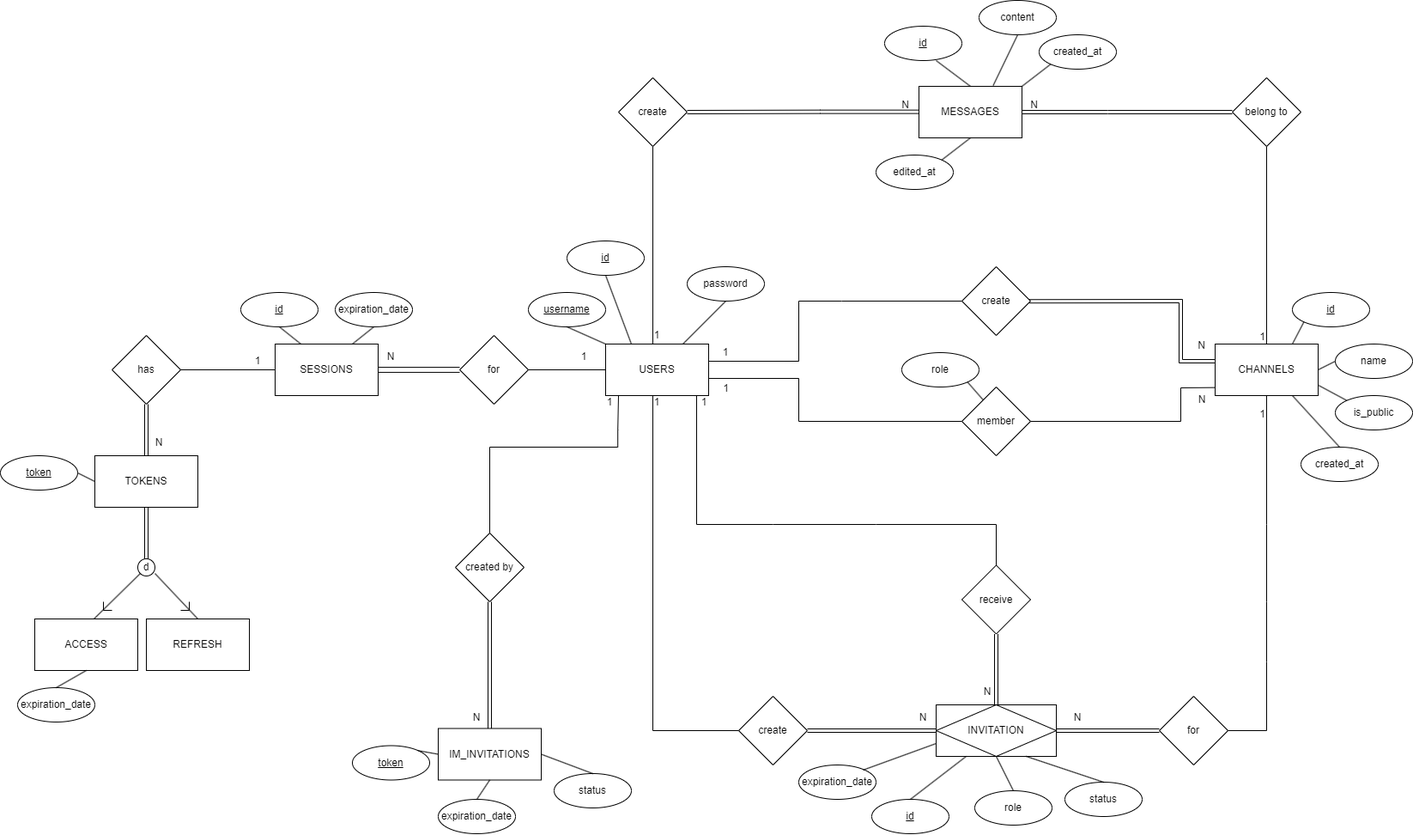
Earlier version of the draw.io export docs/model.drawio.png (antonio-paulino/Instant-Messaging). Source tidied: cells renumbered, new cells last; positions are measured from the earlier drawing's top-left corner, leaving out a move shared by most shapes.
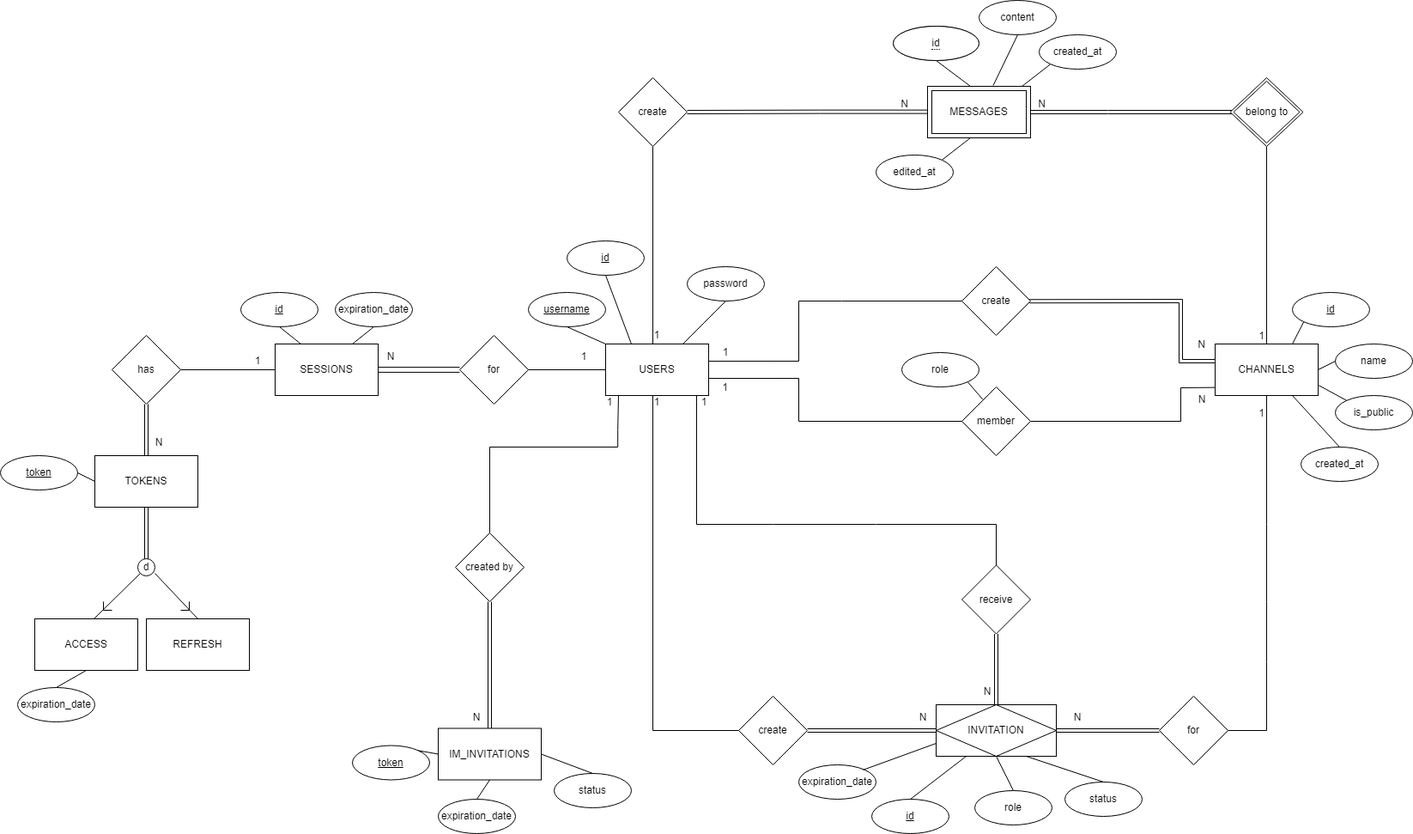
Above is the later version.

Commit message:
Update relational model schema.

Change to the diagram source:
```diff
@@ -145,9 +145,10 @@
     <mxCell id="40" value="1" style="html=1;whiteSpace=wrap;align=right;verticalAlign=bottom;direction=south;" parent="39" vertex="1">
       <mxGeometry x="1" relative="1" as="geometry" />
     </mxCell>
-    <mxCell id="41" style="shape=link;html=1;rounded=0;entryX=1;entryY=0.5;entryDx=0;entryDy=0;exitX=0;exitY=0.5;exitDx=0;exitDy=0;" parent="1" edge="1" target="60">
+    <mxCell id="41" style="shape=link;html=1;rounded=0;entryX=1;entryY=0.5;entryDx=0;entryDy=0;exitX=0;exitY=0.5;exitDx=0;exitDy=0;" parent="1" edge="1">
       <mxGeometry relative="1" as="geometry">
         <mxPoint x="1435" y="130" as="sourcePoint" />
+        <mxPoint x="1190" y="130" as="targetPoint" />
         <Array as="points">
           <mxPoint x="1290" y="130" />
         </Array>
@@ -155,7 +156,7 @@
     </mxCell>
     <mxCell id="42" value="N" style="html=1;whiteSpace=wrap;align=right;verticalAlign=bottom;" parent="41" vertex="1">
       <mxGeometry x="1" relative="1" as="geometry">
-        <mxPoint x="20" as="offset" />
+        <mxPoint x="30" as="offset" />
       </mxGeometry>
     </mxCell>
     <mxCell id="43" style="endArrow=none;html=1;rounded=0;entryX=0.5;entryY=1;entryDx=0;entryDy=0;exitX=0.5;exitY=0;exitDx=0;exitDy=0;" parent="1" edge="1" target="44">
@@ -213,9 +214,6 @@
         <mxPoint x="1190" y="100" as="targetPoint" />
       </mxGeometry>
     </mxCell>
-    <mxCell id="56" value="&lt;font style=&quot;font-size: 12px;&quot;&gt;belong to&lt;/font&gt;" style="rhombus;whiteSpace=wrap;html=1;fontSize=12;" parent="1" vertex="1">
-      <mxGeometry x="1435" y="90" width="80" height="80" as="geometry" />
-    </mxCell>
     <mxCell id="57" style="shape=link;html=1;rounded=0;entryX=1;entryY=0.5;entryDx=0;entryDy=0;exitX=0;exitY=0.5;exitDx=0;exitDy=0;" parent="1" edge="1" target="44">
       <mxGeometry relative="1" as="geometry">
         <mxPoint x="1100" y="129.6" as="sourcePoint" />
@@ -232,12 +230,6 @@
     <mxCell id="59" value="1" style="html=1;whiteSpace=wrap;align=right;verticalAlign=bottom;direction=south;" parent="1" vertex="1">
       <mxGeometry x="850" y="460" as="geometry" />
     </mxCell>
-    <mxCell id="60" value="MESSAGES" style="rounded=0;whiteSpace=wrap;html=1;" parent="1" vertex="1">
-      <mxGeometry x="1070" y="100" width="120" height="60" as="geometry" />
-    </mxCell>
-    <mxCell id="61" value="id" style="ellipse;whiteSpace=wrap;html=1;fontStyle=4;fontSize=12;spacing=2;" parent="1" vertex="1">
-      <mxGeometry x="1030" y="30" width="90" height="40" as="geometry" />
-    </mxCell>
     <mxCell id="62" style="endArrow=none;html=1;rounded=0;entryX=0.465;entryY=0.99;entryDx=0;entryDy=0;entryPerimeter=0;exitX=0.5;exitY=0;exitDx=0;exitDy=0;" parent="1" edge="1" source="49">
       <mxGeometry relative="1" as="geometry">
         <mxPoint x="811" y="460" as="targetPoint" />
@@ -436,8 +428,22 @@
     <mxCell id="111" value="edited_at" style="ellipse;whiteSpace=wrap;html=1;align=center;fontSize=12;" parent="1" vertex="1">
       <mxGeometry x="1020" y="180" width="90" height="40" as="geometry" />
     </mxCell>
-    <mxCell id="112" style="endArrow=none;html=1;rounded=0;exitX=1;exitY=0;exitDx=0;exitDy=0;entryX=0.5;entryY=1;entryDx=0;entryDy=0;" parent="1" edge="1" source="111" target="60">
-      <mxGeometry relative="1" as="geometry" />
+    <mxCell id="112" style="endArrow=none;html=1;rounded=0;exitX=1;exitY=0;exitDx=0;exitDy=0;entryX=0.5;entryY=1;entryDx=0;entryDy=0;" parent="1" edge="1" source="111">
+      <mxGeometry relative="1" as="geometry">
+        <mxPoint x="1130" y="160" as="targetPoint" />
+      </mxGeometry>
     </mxCell>
+    <mxCell id="60" value="MESSAGES" style="shape=ext;margin=3;double=1;whiteSpace=wrap;html=1;align=center;" parent="1" vertex="1">
+      <mxGeometry x="1080" y="100" width="120" height="60" as="geometry" />
+    </mxCell>
+    <mxCell id="56" value="belong to" style="shape=rhombus;double=1;perimeter=rhombusPerimeter;whiteSpace=wrap;html=1;align=center;" parent="1" vertex="1">
+      <mxGeometry x="1432.5" y="90" width="85" height="80" as="geometry" />
+    </mxCell>
+    <mxCell id="113" value="&lt;span style=&quot;border-bottom: 1px dotted&quot;&gt;Attribute&lt;/span&gt;" style="ellipse;whiteSpace=wrap;html=1;align=center;" parent="1" vertex="1">
+      <mxGeometry x="1040" y="30" width="100" height="40" as="geometry" />
+    </mxCell>
+    <mxCell id="61" value="&lt;span style=&quot;border-bottom: 1px dotted&quot;&gt;id&lt;/span&gt;" style="ellipse;whiteSpace=wrap;html=1;align=center;" parent="1" vertex="1">
+      <mxGeometry x="1040" y="30" width="100" height="40" as="geometry" />
+    </mxCell>
   </root>
 </mxGraphModel>
```
